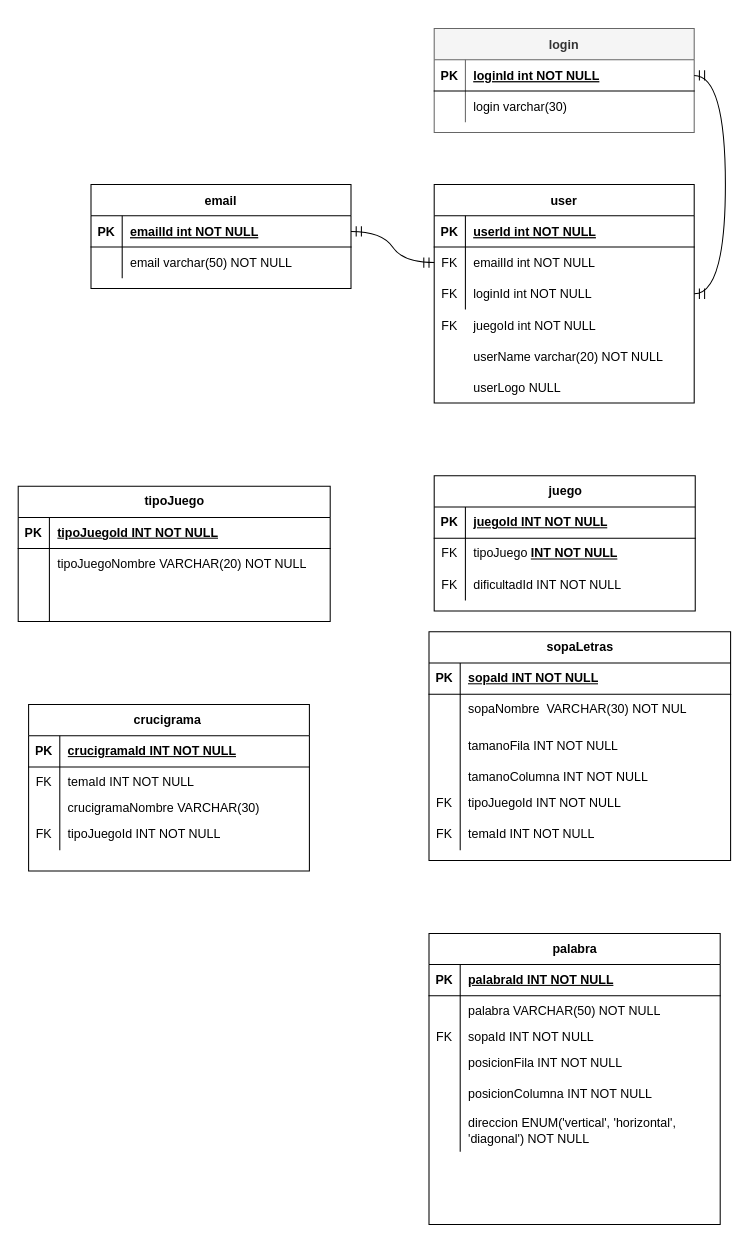
This is img/Diagrama sin título.drawio from MasacradorM/juegoConjuntos, a draw.io file, before an edit. Source tidied: cells renumbered, new cells numbered last; positions are measured from the earlier drawing's top-left corner, leaving out a move shared by most shapes. Both pictures are drawn from the tidied source at 104%, with x=0, y=0 at pixel (18, 28).
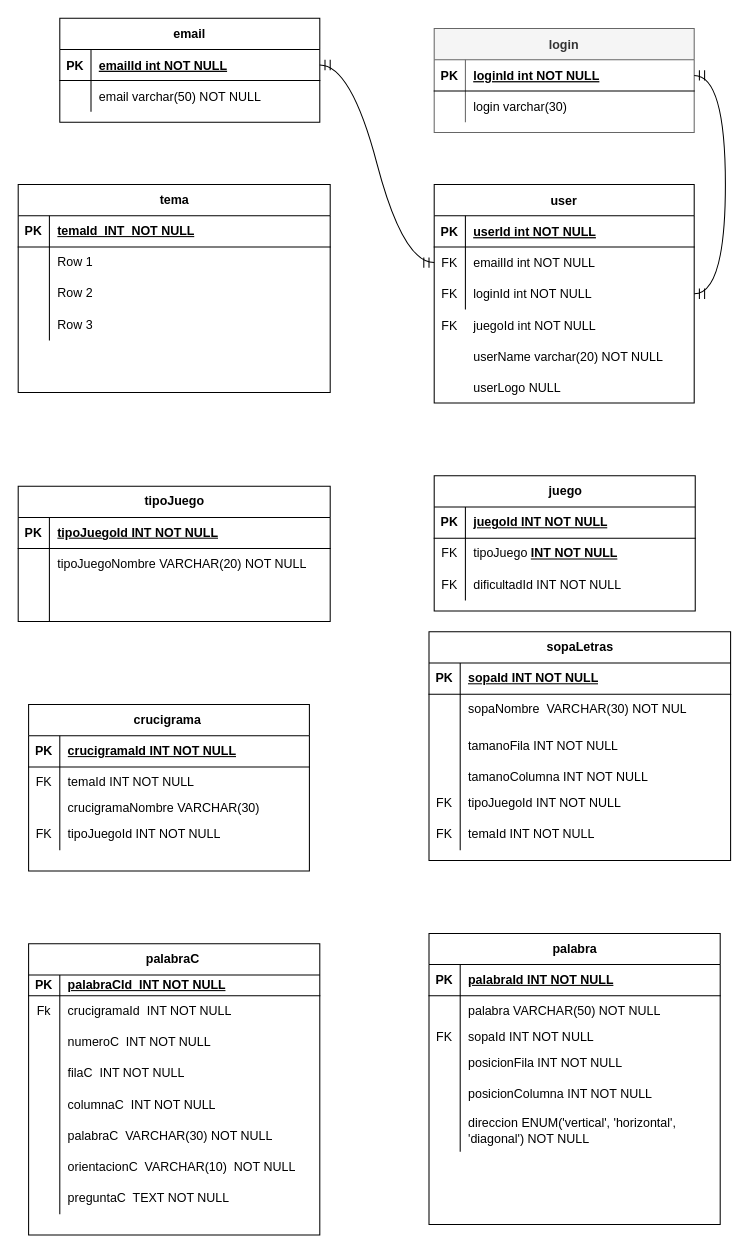
The same diagram, later.

What changed in the source:
```diff
@@
     <mxCell id="19" value="email" style="shape=table;startSize=30;childLayout=tableLayout;rowLines=0;fontStyle=1;align=center;" parent="1" vertex="1">
-      <mxGeometry x="70" y="150" width="250" height="100" as="geometry" />
+      <mxGeometry x="40" y="-10" width="250" height="100" as="geometry" />
     </mxCell>
@@
+    <mxCell id="107" value="palabraC&amp;nbsp;" style="shape=table;startSize=30;childLayout=tableLayout;rowLines=0;fontStyle=1;align=center;html=1;" parent="1" vertex="1">
+      <mxGeometry x="10" y="880" width="280" height="280" as="geometry" />
+    </mxCell>
+    <mxCell id="108" style="shape=tableRow;horizontal=0;startSize=0;swimlaneHead=0;swimlaneBody=0;fillColor=none;top=0;left=0;right=0;bottom=1;" parent="107" vertex="1">
+      <mxGeometry y="30" width="280" height="20" as="geometry" />
+    </mxCell>
+    <mxCell id="109" value="PK" style="shape=partialRectangle;fillColor=none;top=0;left=0;bottom=0;right=0;fontStyle=1;overflow=hidden;whiteSpace=wrap;html=1;" parent="108" vertex="1">
+      <mxGeometry width="30" height="20" as="geometry" />
+    </mxCell>
+    <mxCell id="110" value="palabraCId&amp;nbsp; INT NOT NULL" style="shape=partialRectangle;fillColor=none;top=0;left=0;bottom=0;right=0;align=left;spacingLeft=6;fontStyle=5;overflow=hidden;whiteSpace=wrap;html=1;" parent="108" vertex="1">
+      <mxGeometry x="30" width="250" height="20" as="geometry" />
+    </mxCell>
+    <mxCell id="111" style="shape=tableRow;horizontal=0;startSize=0;swimlaneHead=0;swimlaneBody=0;fillColor=none;top=0;left=0;right=0;bottom=0;" parent="107" vertex="1">
+      <mxGeometry y="50" width="280" height="30" as="geometry" />
+    </mxCell>
+    <mxCell id="112" value="Fk" style="shape=partialRectangle;fillColor=none;top=0;left=0;bottom=0;right=0;overflow=hidden;whiteSpace=wrap;html=1;" parent="111" vertex="1">
+      <mxGeometry width="30" height="30" as="geometry" />
+    </mxCell>
+    <mxCell id="113" value="crucigramaId&amp;nbsp; INT NOT NULL" style="shape=partialRectangle;fillColor=none;top=0;left=0;bottom=0;right=0;align=left;spacingLeft=6;overflow=hidden;whiteSpace=wrap;html=1;" parent="111" vertex="1">
+      <mxGeometry x="30" width="250" height="30" as="geometry" />
+    </mxCell>
+    <mxCell id="114" style="shape=tableRow;horizontal=0;startSize=0;swimlaneHead=0;swimlaneBody=0;fillColor=none;top=0;left=0;right=0;bottom=0;" parent="107" vertex="1">
+      <mxGeometry y="80" width="280" height="30" as="geometry" />
+    </mxCell>
+    <mxCell id="115" style="shape=partialRectangle;fillColor=none;top=0;left=0;bottom=0;right=0;overflow=hidden;whiteSpace=wrap;html=1;" parent="114" vertex="1">
+      <mxGeometry width="30" height="30" as="geometry" />
+    </mxCell>
+    <mxCell id="116" value="numeroC&amp;nbsp; INT NOT NULL" style="shape=partialRectangle;fillColor=none;top=0;left=0;bottom=0;right=0;align=left;spacingLeft=6;overflow=hidden;whiteSpace=wrap;html=1;" parent="114" vertex="1">
+      <mxGeometry x="30" width="250" height="30" as="geometry" />
+    </mxCell>
+    <mxCell id="117" style="shape=tableRow;horizontal=0;startSize=0;swimlaneHead=0;swimlaneBody=0;fillColor=none;top=0;left=0;right=0;bottom=0;" parent="107" vertex="1">
+      <mxGeometry y="110" width="280" height="30" as="geometry" />
+    </mxCell>
+    <mxCell id="118" style="shape=partialRectangle;fillColor=none;top=0;left=0;bottom=0;right=0;overflow=hidden;whiteSpace=wrap;html=1;" parent="117" vertex="1">
+      <mxGeometry width="30" height="30" as="geometry" />
+    </mxCell>
+    <mxCell id="119" value="filaC&amp;nbsp; INT NOT NULL" style="shape=partialRectangle;fillColor=none;top=0;left=0;bottom=0;right=0;align=left;spacingLeft=6;overflow=hidden;whiteSpace=wrap;html=1;" parent="117" vertex="1">
+      <mxGeometry x="30" width="250" height="30" as="geometry" />
+    </mxCell>
+    <mxCell id="120" style="shape=tableRow;horizontal=0;startSize=0;swimlaneHead=0;swimlaneBody=0;fillColor=none;top=0;left=0;right=0;bottom=0;" parent="107" vertex="1">
+      <mxGeometry y="140" width="280" height="30" as="geometry" />
+    </mxCell>
+    <mxCell id="121" style="shape=partialRectangle;fillColor=none;top=0;left=0;bottom=0;right=0;overflow=hidden;whiteSpace=wrap;html=1;" parent="120" vertex="1">
+      <mxGeometry width="30" height="30" as="geometry" />
+    </mxCell>
+    <mxCell id="122" value="columnaC&amp;nbsp; INT NOT NULL" style="shape=partialRectangle;fillColor=none;top=0;left=0;bottom=0;right=0;align=left;spacingLeft=6;overflow=hidden;whiteSpace=wrap;html=1;" parent="120" vertex="1">
+      <mxGeometry x="30" width="250" height="30" as="geometry" />
+    </mxCell>
+    <mxCell id="123" style="shape=tableRow;horizontal=0;startSize=0;swimlaneHead=0;swimlaneBody=0;fillColor=none;top=0;left=0;right=0;bottom=0;" parent="107" vertex="1">
+      <mxGeometry y="170" width="280" height="30" as="geometry" />
+    </mxCell>
+    <mxCell id="124" style="shape=partialRectangle;fillColor=none;top=0;left=0;bottom=0;right=0;overflow=hidden;whiteSpace=wrap;html=1;" parent="123" vertex="1">
+      <mxGeometry width="30" height="30" as="geometry" />
+    </mxCell>
+    <mxCell id="125" value="palabraC&amp;nbsp; VARCHAR(30) NOT NULL" style="shape=partialRectangle;fillColor=none;top=0;left=0;bottom=0;right=0;align=left;spacingLeft=6;overflow=hidden;whiteSpace=wrap;html=1;" parent="123" vertex="1">
+      <mxGeometry x="30" width="250" height="30" as="geometry" />
+    </mxCell>
+    <mxCell id="126" style="shape=tableRow;horizontal=0;startSize=0;swimlaneHead=0;swimlaneBody=0;fillColor=none;top=0;left=0;right=0;bottom=0;" parent="107" vertex="1">
+      <mxGeometry y="200" width="280" height="30" as="geometry" />
+    </mxCell>
+    <mxCell id="127" style="shape=partialRectangle;fillColor=none;top=0;left=0;bottom=0;right=0;overflow=hidden;whiteSpace=wrap;html=1;" parent="126" vertex="1">
+      <mxGeometry width="30" height="30" as="geometry" />
+    </mxCell>
+    <mxCell id="128" value="orientacionC&amp;nbsp; VARCHAR(10)&amp;nbsp; NOT NULL" style="shape=partialRectangle;fillColor=none;top=0;left=0;bottom=0;right=0;align=left;spacingLeft=6;overflow=hidden;whiteSpace=wrap;html=1;" parent="126" vertex="1">
+      <mxGeometry x="30" width="250" height="30" as="geometry" />
+    </mxCell>
+    <mxCell id="129" style="shape=tableRow;horizontal=0;startSize=0;swimlaneHead=0;swimlaneBody=0;fillColor=none;top=0;left=0;right=0;bottom=0;" parent="107" vertex="1">
+      <mxGeometry y="230" width="280" height="30" as="geometry" />
+    </mxCell>
+    <mxCell id="130" style="shape=partialRectangle;fillColor=none;top=0;left=0;bottom=0;right=0;overflow=hidden;whiteSpace=wrap;html=1;" parent="129" vertex="1">
+      <mxGeometry width="30" height="30" as="geometry" />
+    </mxCell>
+    <mxCell id="131" value="preguntaC&amp;nbsp; TEXT NOT NULL" style="shape=partialRectangle;fillColor=none;top=0;left=0;bottom=0;right=0;align=left;spacingLeft=6;overflow=hidden;whiteSpace=wrap;html=1;" parent="129" vertex="1">
+      <mxGeometry x="30" width="250" height="30" as="geometry" />
+    </mxCell>
+    <mxCell id="132" value="tema" style="shape=table;startSize=30;childLayout=tableLayout;rowLines=0;fontStyle=1;align=center;html=1;" parent="1" vertex="1">
+      <mxGeometry y="150" width="300" height="200" as="geometry" />
+    </mxCell>
+    <mxCell id="133" style="shape=tableRow;horizontal=0;startSize=0;swimlaneHead=0;swimlaneBody=0;fillColor=none;top=0;left=0;right=0;bottom=1;" parent="132" vertex="1">
+      <mxGeometry y="30" width="300" height="30" as="geometry" />
+    </mxCell>
+    <mxCell id="134" value="PK" style="shape=partialRectangle;fillColor=none;top=0;left=0;bottom=0;right=0;fontStyle=1;overflow=hidden;whiteSpace=wrap;html=1;" parent="133" vertex="1">
+      <mxGeometry width="30" height="30" as="geometry" />
+    </mxCell>
+    <mxCell id="135" value="temaId&amp;nbsp; INT&amp;nbsp; NOT NULL" style="shape=partialRectangle;fillColor=none;top=0;left=0;bottom=0;right=0;align=left;spacingLeft=6;fontStyle=5;overflow=hidden;whiteSpace=wrap;html=1;" parent="133" vertex="1">
+      <mxGeometry x="30" width="270" height="30" as="geometry" />
+    </mxCell>
+    <mxCell id="136" style="shape=tableRow;horizontal=0;startSize=0;swimlaneHead=0;swimlaneBody=0;fillColor=none;top=0;left=0;right=0;bottom=0;" parent="132" vertex="1">
+      <mxGeometry y="60" width="300" height="30" as="geometry" />
+    </mxCell>
+    <mxCell id="137" style="shape=partialRectangle;fillColor=none;top=0;left=0;bottom=0;right=0;overflow=hidden;whiteSpace=wrap;html=1;" parent="136" vertex="1">
+      <mxGeometry width="30" height="30" as="geometry" />
+    </mxCell>
+    <mxCell id="138" value="Row 1" style="shape=partialRectangle;fillColor=none;top=0;left=0;bottom=0;right=0;align=left;spacingLeft=6;overflow=hidden;whiteSpace=wrap;html=1;" parent="136" vertex="1">
+      <mxGeometry x="30" width="270" height="30" as="geometry" />
+    </mxCell>
+    <mxCell id="139" style="shape=tableRow;horizontal=0;startSize=0;swimlaneHead=0;swimlaneBody=0;fillColor=none;top=0;left=0;right=0;bottom=0;" parent="132" vertex="1">
+      <mxGeometry y="90" width="300" height="30" as="geometry" />
+    </mxCell>
+    <mxCell id="140" style="shape=partialRectangle;fillColor=none;top=0;left=0;bottom=0;right=0;overflow=hidden;whiteSpace=wrap;html=1;" parent="139" vertex="1">
+      <mxGeometry width="30" height="30" as="geometry" />
+    </mxCell>
+    <mxCell id="141" value="Row 2" style="shape=partialRectangle;fillColor=none;top=0;left=0;bottom=0;right=0;align=left;spacingLeft=6;overflow=hidden;whiteSpace=wrap;html=1;" parent="139" vertex="1">
+      <mxGeometry x="30" width="270" height="30" as="geometry" />
+    </mxCell>
+    <mxCell id="142" style="shape=tableRow;horizontal=0;startSize=0;swimlaneHead=0;swimlaneBody=0;fillColor=none;top=0;left=0;right=0;bottom=0;" parent="132" vertex="1">
+      <mxGeometry y="120" width="300" height="30" as="geometry" />
+    </mxCell>
+    <mxCell id="143" style="shape=partialRectangle;fillColor=none;top=0;left=0;bottom=0;right=0;overflow=hidden;whiteSpace=wrap;html=1;" parent="142" vertex="1">
+      <mxGeometry width="30" height="30" as="geometry" />
+    </mxCell>
+    <mxCell id="144" value="Row 3" style="shape=partialRectangle;fillColor=none;top=0;left=0;bottom=0;right=0;align=left;spacingLeft=6;overflow=hidden;whiteSpace=wrap;html=1;" parent="142" vertex="1">
+      <mxGeometry x="30" width="270" height="30" as="geometry" />
+    </mxCell>
```
